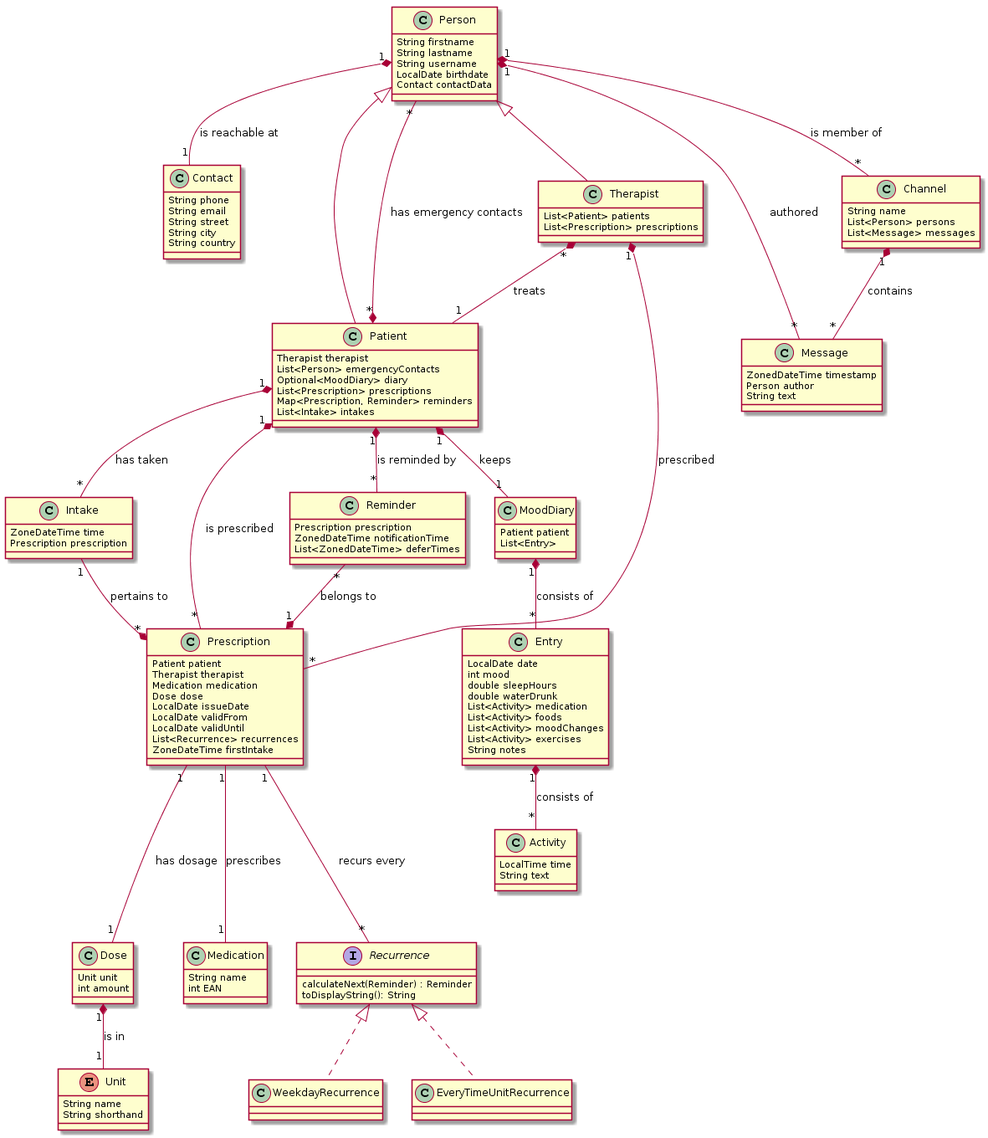
This is doc/task_04/notes/class_diagram.png from ch-bfh-bti7081-s2019-green/ch.bfh.bti7081.s2019.green, a PlantUML export, as it was before one commit.
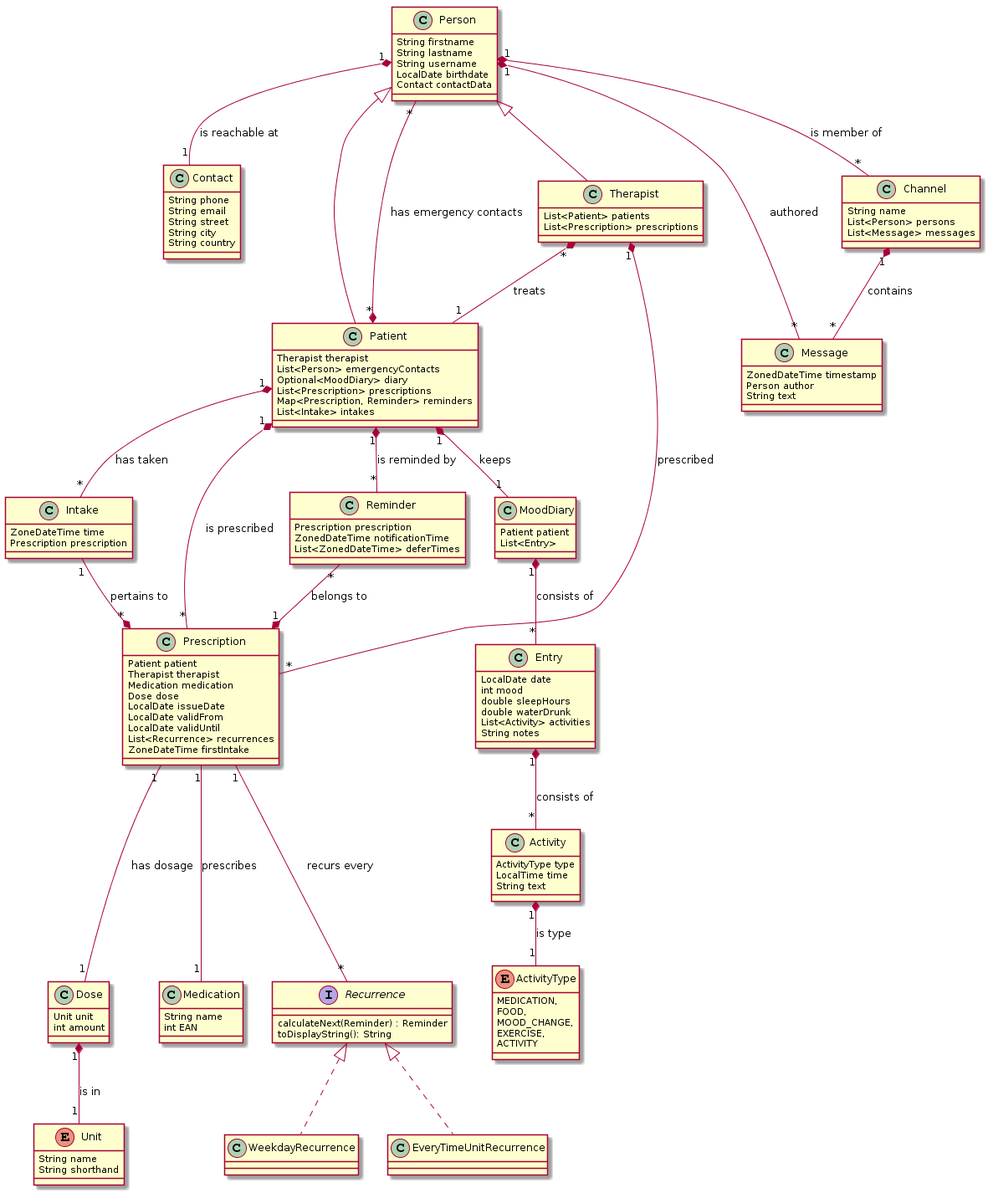
After the change.

Commit message:
Update Class Dia and Domain Mod

The edit, as a diff of the source:
```diff
@@ -68,16 +68,24 @@
     int mood
     double sleepHours
     double waterDrunk
-    List<Activity> medication
-    List<Activity> foods
-    List<Activity> moodChanges
-    List<Activity> exercises
+    List<Activity> activities
     String notes
 }
 
 class Activity{
+    ActivityType type
     LocalTime time
     String text
+}
+
+Activity "1" *-- "1" ActivityType : is type
+
+enum ActivityType{
+    MEDICATION,
+    FOOD,
+    MOOD_CHANGE,
+    EXERCISE,
+    ACTIVITY
 }
 
 class Dose{
```
